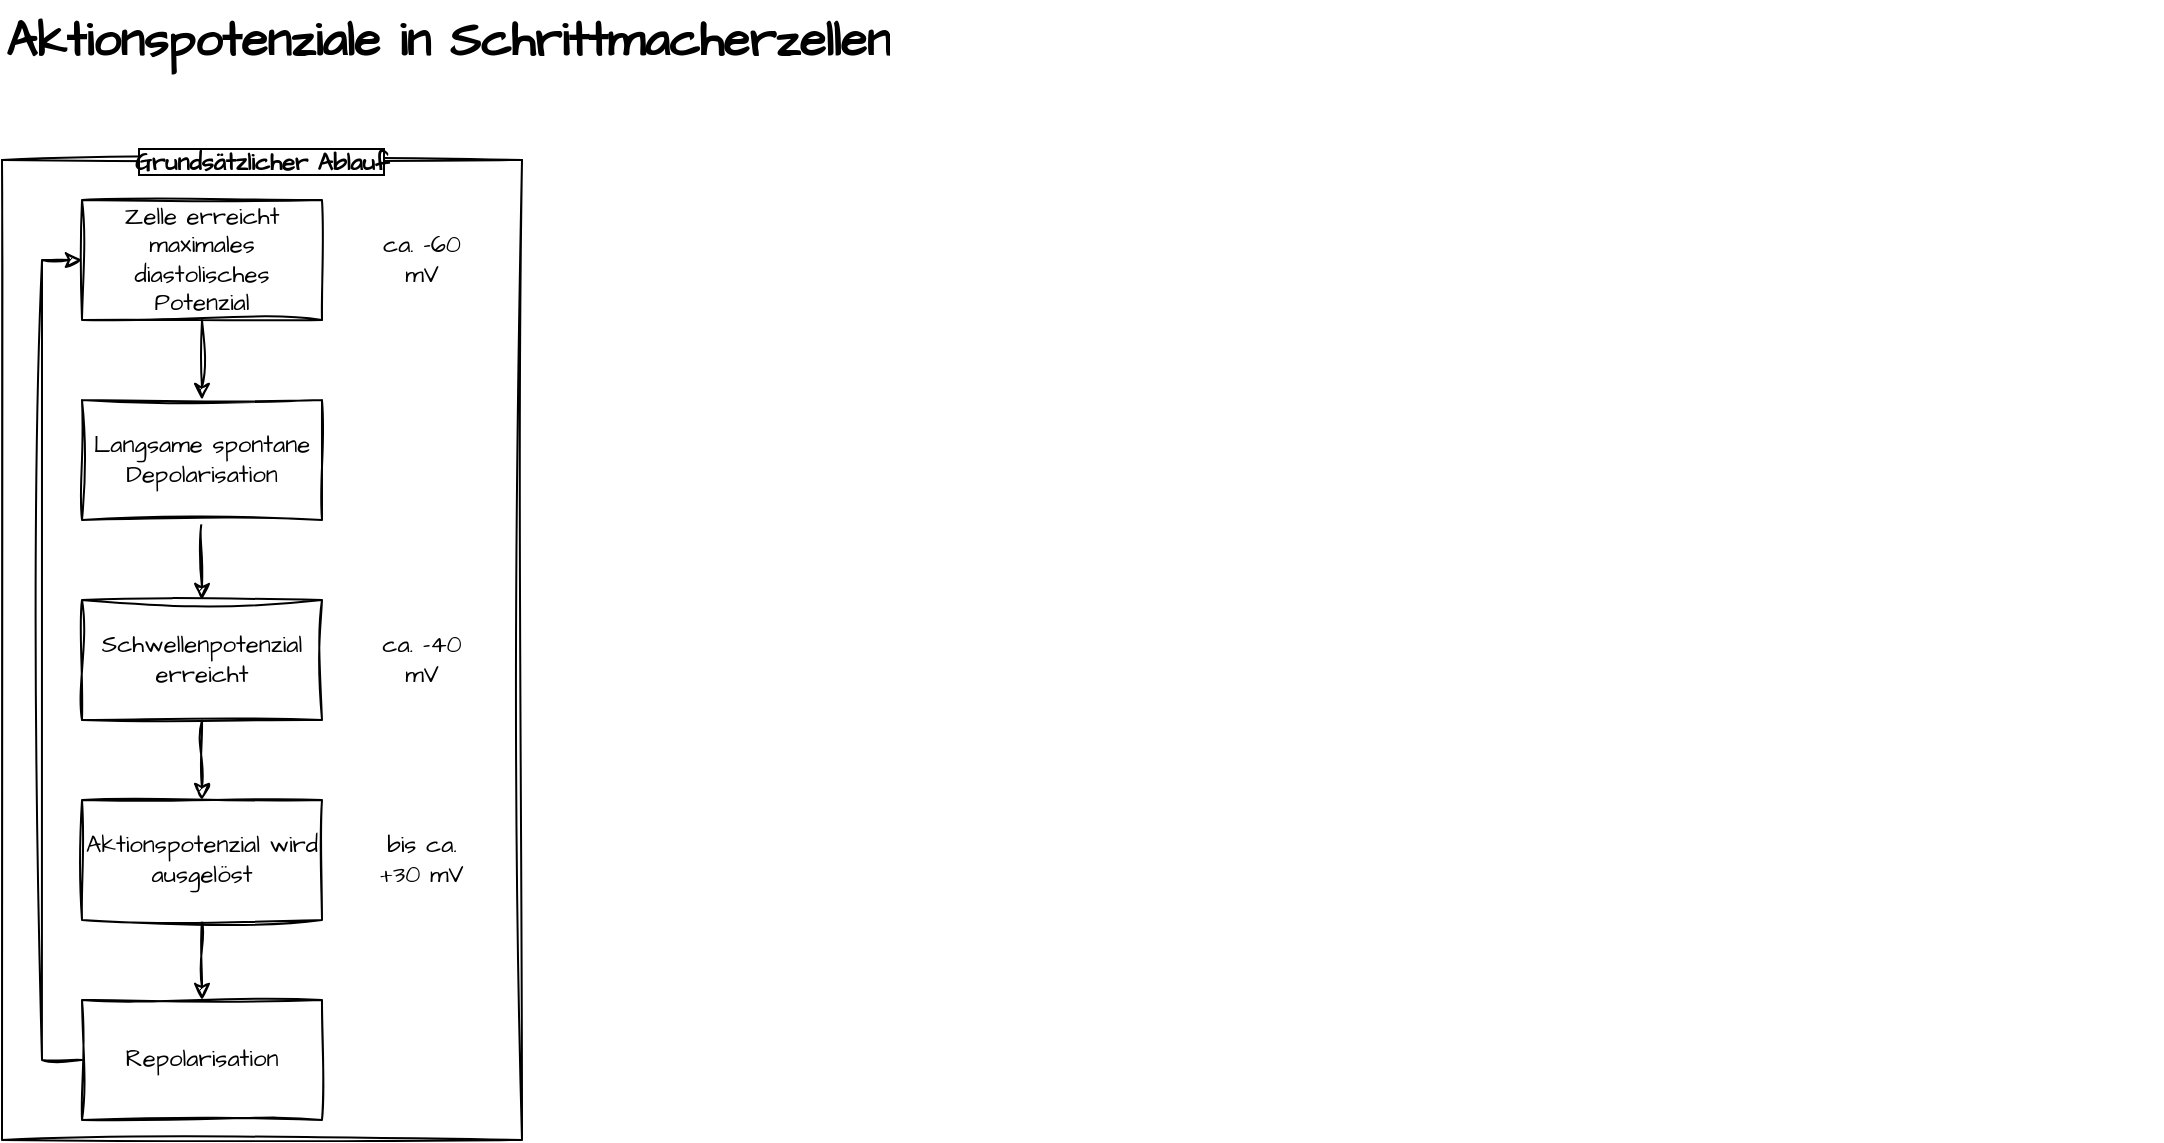
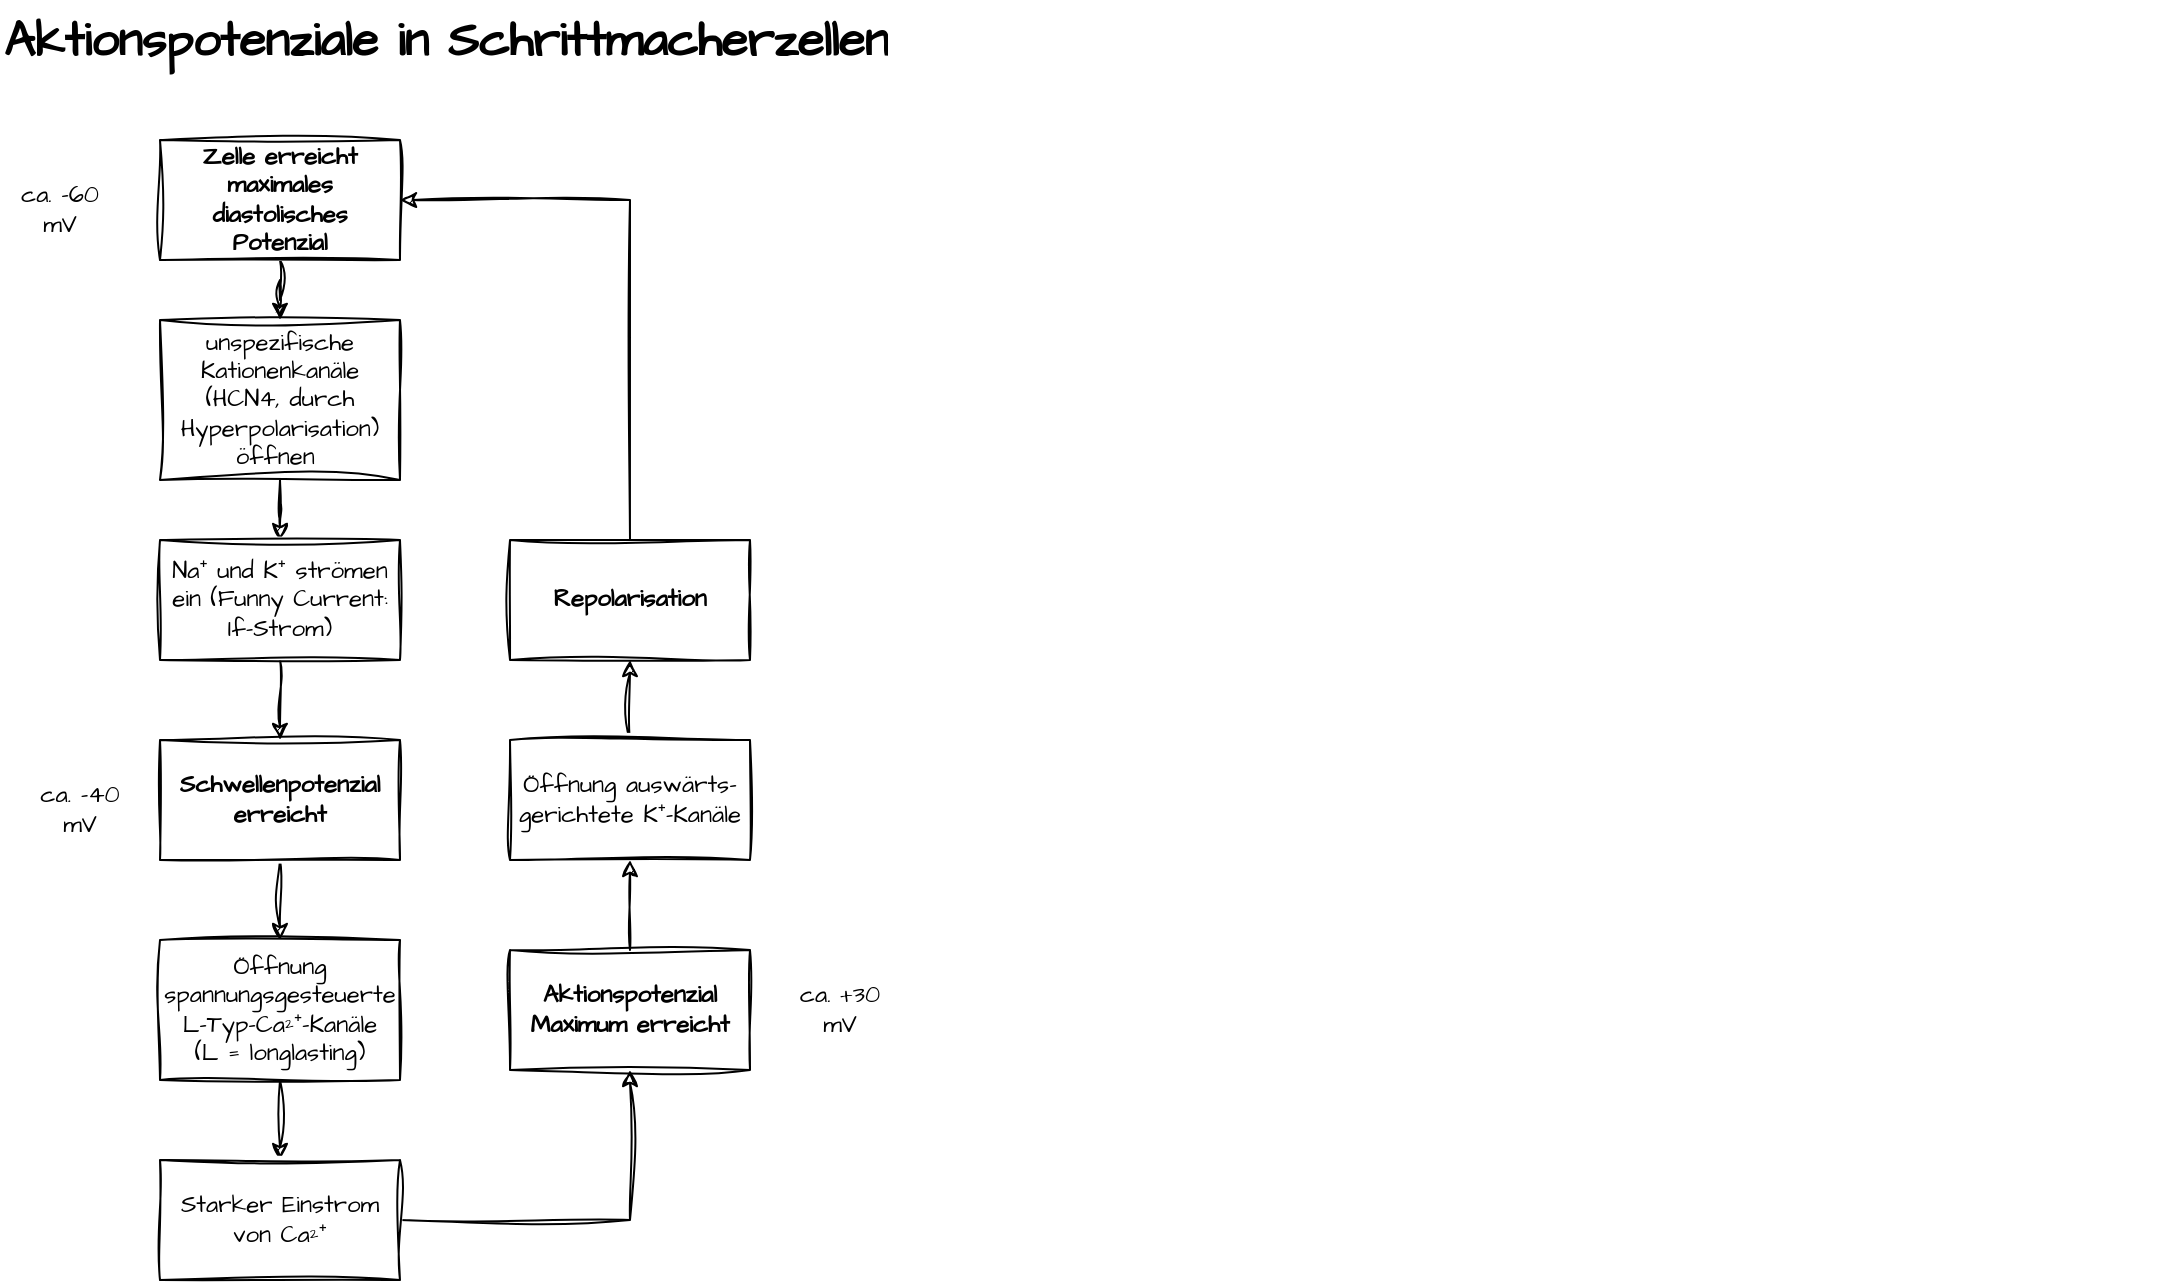
<mxfile host="app.diagrams.net">
  <diagram name="Schrittmacherzellen" id="J2O2VLIk1TTmUUXB8McG">
-     <mxGraphModel dx="666" dy="405" grid="1" gridSize="10" guides="1" tooltips="1" connect="1" arrows="1" fold="1" page="1" pageScale="1" pageWidth="1169" pageHeight="827" math="0" shadow="0">
+     <mxGraphModel dx="972" dy="591" grid="1" gridSize="10" guides="1" tooltips="1" connect="1" arrows="1" fold="1" page="1" pageScale="1" pageWidth="1169" pageHeight="827" math="0" shadow="0">
      <root>
        <mxCell id="0" />
        <mxCell id="1" parent="0" />
        <mxCell id="u8z77GUm19_cF35wcTu8-1" parent="1" style="text;html=1;whiteSpace=wrap;overflow=hidden;rounded=0;fontFamily=Architects Daughter;fontSource=https%3A%2F%2Ffonts.googleapis.com%2Fcss%3Ffamily%3DArchitects%2BDaughter;" value="&lt;h1 style=&quot;margin-top: 0px;&quot;&gt;Aktionspotenziale in Schrittmacherzellen&lt;/h1&gt;" vertex="1">
          <mxGeometry height="50" width="1080" x="40" y="40" as="geometry" />
        </mxCell>
-         <mxCell id="u8z77GUm19_cF35wcTu8-17" parent="1" style="swimlane;startSize=0;sketch=1;hachureGap=4;jiggle=2;curveFitting=1;fontFamily=Architects Daughter;fontSource=https%3A%2F%2Ffonts.googleapis.com%2Fcss%3Ffamily%3DArchitects%2BDaughter;labelBackgroundColor=default;labelBorderColor=default;" value="Grundsätzlicher Ablauf" vertex="1">
-           <mxGeometry height="490" width="260" x="40" y="120" as="geometry" />
-         </mxCell>
-         <mxCell id="u8z77GUm19_cF35wcTu8-12" edge="1" parent="u8z77GUm19_cF35wcTu8-17" source="u8z77GUm19_cF35wcTu8-2" style="edgeStyle=orthogonalEdgeStyle;rounded=0;sketch=1;hachureGap=4;jiggle=2;curveFitting=1;orthogonalLoop=1;jettySize=auto;html=1;fontFamily=Architects Daughter;fontSource=https%3A%2F%2Ffonts.googleapis.com%2Fcss%3Ffamily%3DArchitects%2BDaughter;" target="u8z77GUm19_cF35wcTu8-3">
+         <mxCell id="u8z77GUm19_cF35wcTu8-22" edge="1" parent="1" source="u8z77GUm19_cF35wcTu8-19" style="edgeStyle=orthogonalEdgeStyle;rounded=0;sketch=1;hachureGap=4;jiggle=2;curveFitting=1;orthogonalLoop=1;jettySize=auto;html=1;fontFamily=Architects Daughter;fontSource=https%3A%2F%2Ffonts.googleapis.com%2Fcss%3Ffamily%3DArchitects%2BDaughter;" target="u8z77GUm19_cF35wcTu8-20">
          <mxGeometry relative="1" as="geometry" />
        </mxCell>
-         <mxCell id="u8z77GUm19_cF35wcTu8-2" parent="u8z77GUm19_cF35wcTu8-17" style="whiteSpace=wrap;html=1;sketch=1;hachureGap=4;jiggle=2;curveFitting=1;fontFamily=Architects Daughter;fontSource=https%3A%2F%2Ffonts.googleapis.com%2Fcss%3Ffamily%3DArchitects%2BDaughter;" value="Zelle erreicht maximales diastolisches Potenzial" vertex="1">
-           <mxGeometry height="60" width="120" x="40" y="20" as="geometry" />
+         <mxCell id="u8z77GUm19_cF35wcTu8-19" parent="1" style="whiteSpace=wrap;html=1;sketch=1;hachureGap=4;jiggle=2;curveFitting=1;fontFamily=Architects Daughter;fontSource=https%3A%2F%2Ffonts.googleapis.com%2Fcss%3Ffamily%3DArchitects%2BDaughter;fontStyle=1" value="Zelle erreicht maximales diastolisches Potenzial" vertex="1">
+           <mxGeometry height="60" width="120" x="120" y="110" as="geometry" />
        </mxCell>
-         <mxCell id="u8z77GUm19_cF35wcTu8-13" edge="1" parent="u8z77GUm19_cF35wcTu8-17" source="u8z77GUm19_cF35wcTu8-3" style="edgeStyle=orthogonalEdgeStyle;rounded=0;sketch=1;hachureGap=4;jiggle=2;curveFitting=1;orthogonalLoop=1;jettySize=auto;html=1;fontFamily=Architects Daughter;fontSource=https%3A%2F%2Ffonts.googleapis.com%2Fcss%3Ffamily%3DArchitects%2BDaughter;" target="u8z77GUm19_cF35wcTu8-6">
+         <mxCell id="u8z77GUm19_cF35wcTu8-23" edge="1" parent="1" source="u8z77GUm19_cF35wcTu8-20" style="edgeStyle=orthogonalEdgeStyle;rounded=0;sketch=1;hachureGap=4;jiggle=2;curveFitting=1;orthogonalLoop=1;jettySize=auto;html=1;fontFamily=Architects Daughter;fontSource=https%3A%2F%2Ffonts.googleapis.com%2Fcss%3Ffamily%3DArchitects%2BDaughter;" target="u8z77GUm19_cF35wcTu8-21">
          <mxGeometry relative="1" as="geometry" />
        </mxCell>
-         <mxCell id="u8z77GUm19_cF35wcTu8-3" parent="u8z77GUm19_cF35wcTu8-17" style="whiteSpace=wrap;html=1;sketch=1;hachureGap=4;jiggle=2;curveFitting=1;fontFamily=Architects Daughter;fontSource=https%3A%2F%2Ffonts.googleapis.com%2Fcss%3Ffamily%3DArchitects%2BDaughter;" value="Langsame spontane Depolarisation" vertex="1">
-           <mxGeometry height="60" width="120" x="40" y="120" as="geometry" />
+         <mxCell id="u8z77GUm19_cF35wcTu8-20" parent="1" style="whiteSpace=wrap;html=1;sketch=1;hachureGap=4;jiggle=2;curveFitting=1;fontFamily=Architects Daughter;fontSource=https%3A%2F%2Ffonts.googleapis.com%2Fcss%3Ffamily%3DArchitects%2BDaughter;" value="unspezifische Kationenkanäle (HCN4, durch Hyperpolarisation) öffnen&amp;nbsp;" vertex="1">
+           <mxGeometry height="80" width="120" x="120" y="200" as="geometry" />
        </mxCell>
-         <mxCell id="u8z77GUm19_cF35wcTu8-14" edge="1" parent="u8z77GUm19_cF35wcTu8-17" source="u8z77GUm19_cF35wcTu8-6" style="edgeStyle=orthogonalEdgeStyle;rounded=0;sketch=1;hachureGap=4;jiggle=2;curveFitting=1;orthogonalLoop=1;jettySize=auto;html=1;fontFamily=Architects Daughter;fontSource=https%3A%2F%2Ffonts.googleapis.com%2Fcss%3Ffamily%3DArchitects%2BDaughter;" target="u8z77GUm19_cF35wcTu8-8">
+         <mxCell id="u8z77GUm19_cF35wcTu8-25" edge="1" parent="1" source="u8z77GUm19_cF35wcTu8-21" style="edgeStyle=orthogonalEdgeStyle;rounded=0;sketch=1;hachureGap=4;jiggle=2;curveFitting=1;orthogonalLoop=1;jettySize=auto;html=1;fontFamily=Architects Daughter;fontSource=https%3A%2F%2Ffonts.googleapis.com%2Fcss%3Ffamily%3DArchitects%2BDaughter;" target="u8z77GUm19_cF35wcTu8-24">
          <mxGeometry relative="1" as="geometry" />
        </mxCell>
-         <mxCell id="u8z77GUm19_cF35wcTu8-6" parent="u8z77GUm19_cF35wcTu8-17" style="whiteSpace=wrap;html=1;sketch=1;hachureGap=4;jiggle=2;curveFitting=1;fontFamily=Architects Daughter;fontSource=https%3A%2F%2Ffonts.googleapis.com%2Fcss%3Ffamily%3DArchitects%2BDaughter;" value="Schwellenpotenzial erreicht" vertex="1">
-           <mxGeometry height="60" width="120" x="40" y="220" as="geometry" />
+         <mxCell id="u8z77GUm19_cF35wcTu8-21" parent="1" style="whiteSpace=wrap;html=1;sketch=1;hachureGap=4;jiggle=2;curveFitting=1;fontFamily=Architects Daughter;fontSource=https%3A%2F%2Ffonts.googleapis.com%2Fcss%3Ffamily%3DArchitects%2BDaughter;" value="Na⁺ und K⁺ strömen ein (Funny Current: If-Strom)" vertex="1">
+           <mxGeometry height="60" width="120" x="120" y="310" as="geometry" />
        </mxCell>
-         <mxCell id="u8z77GUm19_cF35wcTu8-15" edge="1" parent="u8z77GUm19_cF35wcTu8-17" source="u8z77GUm19_cF35wcTu8-8" style="edgeStyle=orthogonalEdgeStyle;rounded=0;sketch=1;hachureGap=4;jiggle=2;curveFitting=1;orthogonalLoop=1;jettySize=auto;html=1;fontFamily=Architects Daughter;fontSource=https%3A%2F%2Ffonts.googleapis.com%2Fcss%3Ffamily%3DArchitects%2BDaughter;" target="u8z77GUm19_cF35wcTu8-10">
+         <mxCell id="u8z77GUm19_cF35wcTu8-27" edge="1" parent="1" source="u8z77GUm19_cF35wcTu8-24" style="edgeStyle=orthogonalEdgeStyle;rounded=0;sketch=1;hachureGap=4;jiggle=2;curveFitting=1;orthogonalLoop=1;jettySize=auto;html=1;entryX=0.5;entryY=0;entryDx=0;entryDy=0;fontFamily=Architects Daughter;fontSource=https%3A%2F%2Ffonts.googleapis.com%2Fcss%3Ffamily%3DArchitects%2BDaughter;" target="u8z77GUm19_cF35wcTu8-26">
          <mxGeometry relative="1" as="geometry" />
        </mxCell>
-         <mxCell id="u8z77GUm19_cF35wcTu8-8" parent="u8z77GUm19_cF35wcTu8-17" style="whiteSpace=wrap;html=1;sketch=1;hachureGap=4;jiggle=2;curveFitting=1;fontFamily=Architects Daughter;fontSource=https%3A%2F%2Ffonts.googleapis.com%2Fcss%3Ffamily%3DArchitects%2BDaughter;" value="Aktionspotenzial wird ausgelöst" vertex="1">
-           <mxGeometry height="60" width="120" x="40" y="320" as="geometry" />
+         <mxCell id="u8z77GUm19_cF35wcTu8-24" parent="1" style="whiteSpace=wrap;html=1;sketch=1;hachureGap=4;jiggle=2;curveFitting=1;fontFamily=Architects Daughter;fontSource=https://fonts.googleapis.com/css?family=Architects+Daughter;fontStyle=1" value="Schwellenpotenzial erreicht" vertex="1">
+           <mxGeometry height="60" width="120" x="120" y="410" as="geometry" />
        </mxCell>
-         <mxCell id="u8z77GUm19_cF35wcTu8-11" edge="1" parent="u8z77GUm19_cF35wcTu8-17" source="u8z77GUm19_cF35wcTu8-10" style="edgeStyle=orthogonalEdgeStyle;rounded=0;sketch=1;hachureGap=4;jiggle=2;curveFitting=1;orthogonalLoop=1;jettySize=auto;html=1;exitX=0;exitY=0.5;exitDx=0;exitDy=0;entryX=0;entryY=0.5;entryDx=0;entryDy=0;fontFamily=Architects Daughter;fontSource=https%3A%2F%2Ffonts.googleapis.com%2Fcss%3Ffamily%3DArchitects%2BDaughter;" target="u8z77GUm19_cF35wcTu8-2">
+         <mxCell id="u8z77GUm19_cF35wcTu8-29" edge="1" parent="1" source="u8z77GUm19_cF35wcTu8-26" style="edgeStyle=orthogonalEdgeStyle;rounded=0;sketch=1;hachureGap=4;jiggle=2;curveFitting=1;orthogonalLoop=1;jettySize=auto;html=1;fontFamily=Architects Daughter;fontSource=https%3A%2F%2Ffonts.googleapis.com%2Fcss%3Ffamily%3DArchitects%2BDaughter;" target="u8z77GUm19_cF35wcTu8-28">
          <mxGeometry relative="1" as="geometry" />
        </mxCell>
-         <mxCell id="u8z77GUm19_cF35wcTu8-10" parent="u8z77GUm19_cF35wcTu8-17" style="whiteSpace=wrap;html=1;sketch=1;hachureGap=4;jiggle=2;curveFitting=1;fontFamily=Architects Daughter;fontSource=https%3A%2F%2Ffonts.googleapis.com%2Fcss%3Ffamily%3DArchitects%2BDaughter;" value="Repolarisation" vertex="1">
-           <mxGeometry height="60" width="120" x="40" y="420" as="geometry" />
+         <mxCell id="u8z77GUm19_cF35wcTu8-26" parent="1" style="whiteSpace=wrap;html=1;sketch=1;hachureGap=4;jiggle=2;curveFitting=1;fontFamily=Architects Daughter;fontSource=https%3A%2F%2Ffonts.googleapis.com%2Fcss%3Ffamily%3DArchitects%2BDaughter;" value="Öffnung spannungsgesteuerte L-Typ-Ca²⁺-Kanäle&lt;br&gt;(L = longlasting)" vertex="1">
+           <mxGeometry height="70" width="120" x="120" y="510" as="geometry" />
        </mxCell>
-         <mxCell id="u8z77GUm19_cF35wcTu8-4" parent="u8z77GUm19_cF35wcTu8-17" style="text;html=1;whiteSpace=wrap;strokeColor=none;fillColor=none;align=center;verticalAlign=middle;rounded=0;fontFamily=Architects Daughter;fontSource=https%3A%2F%2Ffonts.googleapis.com%2Fcss%3Ffamily%3DArchitects%2BDaughter;" value="ca. -60 mV" vertex="1">
-           <mxGeometry height="30" width="60" x="180" y="35" as="geometry" />
+         <mxCell id="u8z77GUm19_cF35wcTu8-31" edge="1" parent="1" source="u8z77GUm19_cF35wcTu8-28" style="edgeStyle=orthogonalEdgeStyle;rounded=0;sketch=1;hachureGap=4;jiggle=2;curveFitting=1;orthogonalLoop=1;jettySize=auto;html=1;entryX=0.5;entryY=1;entryDx=0;entryDy=0;fontFamily=Architects Daughter;fontSource=https%3A%2F%2Ffonts.googleapis.com%2Fcss%3Ffamily%3DArchitects%2BDaughter;" target="u8z77GUm19_cF35wcTu8-30">
+           <mxGeometry relative="1" as="geometry" />
        </mxCell>
-         <mxCell id="u8z77GUm19_cF35wcTu8-7" parent="u8z77GUm19_cF35wcTu8-17" style="text;html=1;whiteSpace=wrap;strokeColor=none;fillColor=none;align=center;verticalAlign=middle;rounded=0;fontFamily=Architects Daughter;fontSource=https://fonts.googleapis.com/css?family=Architects+Daughter;" value="ca. -40 mV" vertex="1">
-           <mxGeometry height="30" width="60" x="180" y="235" as="geometry" />
+         <mxCell id="u8z77GUm19_cF35wcTu8-28" parent="1" style="whiteSpace=wrap;html=1;sketch=1;hachureGap=4;jiggle=2;curveFitting=1;fontFamily=Architects Daughter;fontSource=https%3A%2F%2Ffonts.googleapis.com%2Fcss%3Ffamily%3DArchitects%2BDaughter;" value="Starker Einstrom von Ca²⁺" vertex="1">
+           <mxGeometry height="60" width="120" x="120" y="620" as="geometry" />
        </mxCell>
-         <mxCell id="u8z77GUm19_cF35wcTu8-9" parent="u8z77GUm19_cF35wcTu8-17" style="text;html=1;whiteSpace=wrap;strokeColor=none;fillColor=none;align=center;verticalAlign=middle;rounded=0;fontFamily=Architects Daughter;fontSource=https://fonts.googleapis.com/css?family=Architects+Daughter;" value="bis ca. +30 mV" vertex="1">
-           <mxGeometry height="30" width="60" x="180" y="335" as="geometry" />
+         <mxCell id="u8z77GUm19_cF35wcTu8-33" edge="1" parent="1" source="u8z77GUm19_cF35wcTu8-30" style="edgeStyle=orthogonalEdgeStyle;rounded=0;sketch=1;hachureGap=4;jiggle=2;curveFitting=1;orthogonalLoop=1;jettySize=auto;html=1;fontFamily=Architects Daughter;fontSource=https%3A%2F%2Ffonts.googleapis.com%2Fcss%3Ffamily%3DArchitects%2BDaughter;" target="u8z77GUm19_cF35wcTu8-32">
+           <mxGeometry relative="1" as="geometry" />
+         </mxCell>
+         <mxCell id="u8z77GUm19_cF35wcTu8-30" parent="1" style="whiteSpace=wrap;html=1;sketch=1;hachureGap=4;jiggle=2;curveFitting=1;fontFamily=Architects Daughter;fontSource=https%3A%2F%2Ffonts.googleapis.com%2Fcss%3Ffamily%3DArchitects%2BDaughter;fontStyle=1" value="Aktionspotenzial Maximum erreicht" vertex="1">
+           <mxGeometry height="60" width="120" x="295" y="515" as="geometry" />
+         </mxCell>
+         <mxCell id="u8z77GUm19_cF35wcTu8-35" edge="1" parent="1" source="u8z77GUm19_cF35wcTu8-32" style="edgeStyle=orthogonalEdgeStyle;rounded=0;sketch=1;hachureGap=4;jiggle=2;curveFitting=1;orthogonalLoop=1;jettySize=auto;html=1;fontFamily=Architects Daughter;fontSource=https%3A%2F%2Ffonts.googleapis.com%2Fcss%3Ffamily%3DArchitects%2BDaughter;" target="u8z77GUm19_cF35wcTu8-34">
+           <mxGeometry relative="1" as="geometry" />
+         </mxCell>
+         <mxCell id="u8z77GUm19_cF35wcTu8-32" parent="1" style="whiteSpace=wrap;html=1;sketch=1;hachureGap=4;jiggle=2;curveFitting=1;fontFamily=Architects Daughter;fontSource=https%3A%2F%2Ffonts.googleapis.com%2Fcss%3Ffamily%3DArchitects%2BDaughter;" value="Öffnung auswärts-gerichtete K⁺-Kanäle" vertex="1">
+           <mxGeometry height="60" width="120" x="295" y="410" as="geometry" />
+         </mxCell>
+         <mxCell id="u8z77GUm19_cF35wcTu8-36" edge="1" parent="1" source="u8z77GUm19_cF35wcTu8-34" style="edgeStyle=orthogonalEdgeStyle;rounded=0;sketch=1;hachureGap=4;jiggle=2;curveFitting=1;orthogonalLoop=1;jettySize=auto;html=1;entryX=1;entryY=0.5;entryDx=0;entryDy=0;fontFamily=Architects Daughter;fontSource=https%3A%2F%2Ffonts.googleapis.com%2Fcss%3Ffamily%3DArchitects%2BDaughter;exitX=0.5;exitY=0;exitDx=0;exitDy=0;" target="u8z77GUm19_cF35wcTu8-19">
+           <mxGeometry relative="1" as="geometry" />
+         </mxCell>
+         <mxCell id="u8z77GUm19_cF35wcTu8-34" parent="1" style="whiteSpace=wrap;html=1;sketch=1;hachureGap=4;jiggle=2;curveFitting=1;fontFamily=Architects Daughter;fontSource=https%3A%2F%2Ffonts.googleapis.com%2Fcss%3Ffamily%3DArchitects%2BDaughter;fontStyle=1" value="Repolarisation" vertex="1">
+           <mxGeometry height="60" width="120" x="295" y="310" as="geometry" />
+         </mxCell>
+         <mxCell id="u8z77GUm19_cF35wcTu8-4" parent="1" style="text;html=1;whiteSpace=wrap;strokeColor=none;fillColor=none;align=center;verticalAlign=middle;rounded=0;fontFamily=Architects Daughter;fontSource=https%3A%2F%2Ffonts.googleapis.com%2Fcss%3Ffamily%3DArchitects%2BDaughter;" value="ca. -60 mV" vertex="1">
+           <mxGeometry height="30" width="60" x="40" y="130" as="geometry" />
+         </mxCell>
+         <mxCell id="u8z77GUm19_cF35wcTu8-7" parent="1" style="text;html=1;whiteSpace=wrap;strokeColor=none;fillColor=none;align=center;verticalAlign=middle;rounded=0;fontFamily=Architects Daughter;fontSource=https://fonts.googleapis.com/css?family=Architects+Daughter;" value="ca. -40 mV" vertex="1">
+           <mxGeometry height="30" width="60" x="50" y="430" as="geometry" />
+         </mxCell>
+         <mxCell id="u8z77GUm19_cF35wcTu8-9" parent="1" style="text;html=1;whiteSpace=wrap;strokeColor=none;fillColor=none;align=center;verticalAlign=middle;rounded=0;fontFamily=Architects Daughter;fontSource=https://fonts.googleapis.com/css?family=Architects+Daughter;" value="ca. +30 mV" vertex="1">
+           <mxGeometry height="30" width="60" x="430" y="530" as="geometry" />
        </mxCell>
      </root>
    </mxGraphModel>
  </diagram>
</mxfile>
